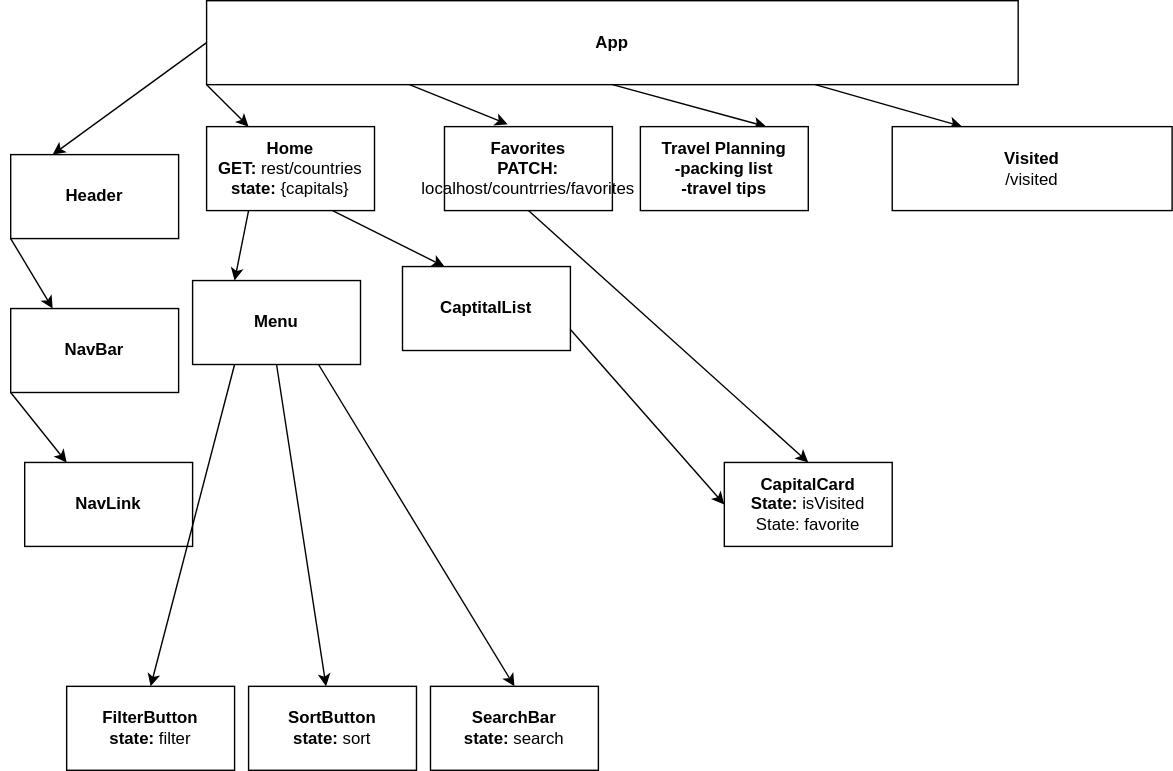
Above: *.drawio.svg in sarahadean/phase2-project (draw.io), before the change. Source tidied: cells renumbered, new cells last; positions are measured from the earlier drawing's top-left corner, leaving out a move shared by most shapes.
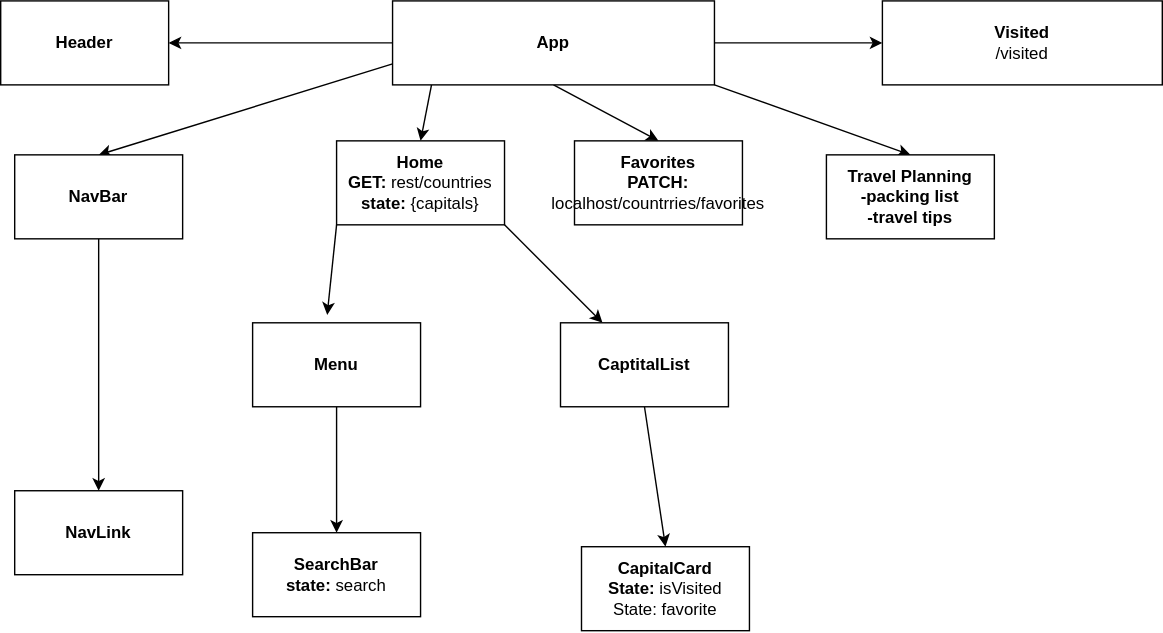
The same file after the commit.

Change to the diagram source:
```diff
@@ -2,89 +2,74 @@
   <root>
     <mxCell id="0" />
     <mxCell id="1" parent="0" />
-    <mxCell id="2" style="edgeStyle=none;html=1;exitX=0;exitY=0.5;exitDx=0;exitDy=0;entryX=0.25;entryY=0;entryDx=0;entryDy=0;" parent="1" edge="1" source="7" target="9">
+    <mxCell id="2" style="edgeStyle=none;html=1;exitX=0;exitY=0.5;exitDx=0;exitDy=0;entryX=1;entryY=0.5;entryDx=0;entryDy=0;" parent="1" edge="1" source="7" target="9">
       <mxGeometry relative="1" as="geometry" />
     </mxCell>
-    <mxCell id="3" style="edgeStyle=none;html=1;exitX=0.5;exitY=1;exitDx=0;exitDy=0;entryX=0.75;entryY=0;entryDx=0;entryDy=0;" parent="1" edge="1" source="7" target="15">
+    <mxCell id="3" style="edgeStyle=none;html=1;exitX=1;exitY=1;exitDx=0;exitDy=0;entryX=0.5;entryY=0;entryDx=0;entryDy=0;" parent="1" edge="1" source="7" target="15">
       <mxGeometry relative="1" as="geometry" />
     </mxCell>
-    <mxCell id="4" style="edgeStyle=none;html=1;exitX=0.25;exitY=1;exitDx=0;exitDy=0;entryX=0.376;entryY=-0.028;entryDx=0;entryDy=0;entryPerimeter=0;" parent="1" edge="1" source="7" target="14">
+    <mxCell id="4" style="edgeStyle=none;html=1;exitX=0.5;exitY=1;exitDx=0;exitDy=0;entryX=0.5;entryY=0;entryDx=0;entryDy=0;" parent="1" edge="1" source="7" target="14">
       <mxGeometry relative="1" as="geometry" />
     </mxCell>
-    <mxCell id="5" style="edgeStyle=none;html=1;exitX=0;exitY=1;exitDx=0;exitDy=0;entryX=0.25;entryY=0;entryDx=0;entryDy=0;" parent="1" edge="1" source="7" target="12">
+    <mxCell id="5" style="edgeStyle=none;html=1;exitX=0.121;exitY=1;exitDx=0;exitDy=0;entryX=0.5;entryY=0;entryDx=0;entryDy=0;exitPerimeter=0;" parent="1" edge="1" source="7" target="12">
       <mxGeometry relative="1" as="geometry" />
     </mxCell>
-    <mxCell id="6" style="edgeStyle=none;html=1;exitX=0.75;exitY=1;exitDx=0;exitDy=0;entryX=0.25;entryY=0;entryDx=0;entryDy=0;" parent="1" edge="1" source="7" target="29">
+    <mxCell id="6" style="edgeStyle=none;html=1;entryX=0;entryY=0.5;entryDx=0;entryDy=0;" parent="1" edge="1" source="7" target="29">
       <mxGeometry relative="1" as="geometry" />
     </mxCell>
     <mxCell id="7" value="App" style="rounded=0;whiteSpace=wrap;html=1;fontStyle=1;" parent="1" vertex="1">
-      <mxGeometry x="140" width="580" height="60" as="geometry" />
+      <mxGeometry x="280" y="-20" width="230" height="60" as="geometry" />
     </mxCell>
-    <mxCell id="8" style="edgeStyle=none;html=1;exitX=0;exitY=1;exitDx=0;exitDy=0;entryX=0.25;entryY=0;entryDx=0;entryDy=0;" parent="1" edge="1" source="9" target="17">
+    <mxCell id="8" style="edgeStyle=none;html=1;exitX=0;exitY=0.75;exitDx=0;exitDy=0;entryX=0.5;entryY=0;entryDx=0;entryDy=0;" parent="1" edge="1" source="7" target="17">
       <mxGeometry relative="1" as="geometry" />
     </mxCell>
     <mxCell id="9" value="Header" style="rounded=0;whiteSpace=wrap;html=1;fontStyle=1;" parent="1" vertex="1">
-      <mxGeometry y="110" width="120" height="60" as="geometry" />
+      <mxGeometry y="-20" width="120" height="60" as="geometry" />
     </mxCell>
-    <mxCell id="10" style="edgeStyle=none;html=1;exitX=0.25;exitY=1;exitDx=0;exitDy=0;entryX=0.25;entryY=0;entryDx=0;entryDy=0;" parent="1" edge="1" source="12" target="22">
+    <mxCell id="10" style="edgeStyle=none;html=1;exitX=0;exitY=1;exitDx=0;exitDy=0;entryX=0.444;entryY=-0.094;entryDx=0;entryDy=0;entryPerimeter=0;" parent="1" edge="1" source="12" target="22">
       <mxGeometry relative="1" as="geometry" />
     </mxCell>
-    <mxCell id="11" style="edgeStyle=none;html=1;exitX=0.75;exitY=1;exitDx=0;exitDy=0;entryX=0.25;entryY=0;entryDx=0;entryDy=0;" parent="1" edge="1" source="12" target="24">
+    <mxCell id="11" style="edgeStyle=none;html=1;exitX=1;exitY=1;exitDx=0;exitDy=0;entryX=0.25;entryY=0;entryDx=0;entryDy=0;" parent="1" edge="1" source="12" target="24">
       <mxGeometry relative="1" as="geometry" />
     </mxCell>
     <mxCell id="12" value="Home&lt;br&gt;GET: &lt;span style=&quot;font-weight: normal;&quot;&gt;rest/countries&lt;/span&gt;&lt;br&gt;state: &lt;span style=&quot;font-weight: normal;&quot;&gt;{capitals}&lt;/span&gt;" style="rounded=0;whiteSpace=wrap;html=1;fontStyle=1;" parent="1" vertex="1">
-      <mxGeometry x="140" y="90" width="120" height="60" as="geometry" />
+      <mxGeometry x="240" y="80" width="120" height="60" as="geometry" />
     </mxCell>
-    <mxCell id="13" style="edgeStyle=none;html=1;exitX=0.5;exitY=1;exitDx=0;exitDy=0;entryX=0.5;entryY=0;entryDx=0;entryDy=0;" parent="1" edge="1" source="14" target="28">
-      <mxGeometry relative="1" as="geometry" />
-    </mxCell>
     <mxCell id="14" value="&lt;b&gt;Favorites&lt;br&gt;PATCH: &lt;/b&gt;localhost/countrries/favorites" style="rounded=0;whiteSpace=wrap;html=1;" parent="1" vertex="1">
-      <mxGeometry x="310" y="90" width="120" height="60" as="geometry" />
+      <mxGeometry x="410" y="80" width="120" height="60" as="geometry" />
     </mxCell>
     <mxCell id="15" value="Travel Planning&lt;br&gt;-packing list&lt;br&gt;-travel tips" style="rounded=0;whiteSpace=wrap;html=1;fontStyle=1;" parent="1" vertex="1">
-      <mxGeometry x="450" y="90" width="120" height="60" as="geometry" />
+      <mxGeometry x="590" y="90" width="120" height="60" as="geometry" />
     </mxCell>
-    <mxCell id="16" style="edgeStyle=none;html=1;exitX=0;exitY=1;exitDx=0;exitDy=0;entryX=0.25;entryY=0;entryDx=0;entryDy=0;" parent="1" edge="1" source="17" target="18">
+    <mxCell id="16" style="edgeStyle=none;html=1;exitX=0.5;exitY=1;exitDx=0;exitDy=0;entryX=0.5;entryY=0;entryDx=0;entryDy=0;" parent="1" edge="1" source="17" target="18">
       <mxGeometry relative="1" as="geometry" />
     </mxCell>
     <mxCell id="17" value="NavBar" style="rounded=0;whiteSpace=wrap;html=1;fontStyle=1;" parent="1" vertex="1">
-      <mxGeometry y="220" width="120" height="60" as="geometry" />
+      <mxGeometry x="10" y="90" width="120" height="60" as="geometry" />
     </mxCell>
     <mxCell id="18" value="NavLink" style="rounded=0;whiteSpace=wrap;html=1;fontStyle=1;" parent="1" vertex="1">
       <mxGeometry x="10" y="330" width="120" height="60" as="geometry" />
     </mxCell>
-    <mxCell id="19" style="edgeStyle=none;html=1;exitX=0.25;exitY=1;exitDx=0;exitDy=0;entryX=0.5;entryY=0;entryDx=0;entryDy=0;" parent="1" edge="1" source="22" target="25">
-      <mxGeometry relative="1" as="geometry" />
-    </mxCell>
-    <mxCell id="20" style="edgeStyle=none;html=1;exitX=0.5;exitY=1;exitDx=0;exitDy=0;" parent="1" edge="1" source="22" target="26">
-      <mxGeometry relative="1" as="geometry" />
-    </mxCell>
-    <mxCell id="21" style="edgeStyle=none;html=1;exitX=0.75;exitY=1;exitDx=0;exitDy=0;entryX=0.5;entryY=0;entryDx=0;entryDy=0;" parent="1" edge="1" source="22" target="27">
+    <mxCell id="21" style="edgeStyle=none;html=1;exitX=0.5;exitY=1;exitDx=0;exitDy=0;entryX=0.5;entryY=0;entryDx=0;entryDy=0;" parent="1" edge="1" source="22" target="27">
       <mxGeometry relative="1" as="geometry" />
     </mxCell>
     <mxCell id="22" value="Menu" style="rounded=0;whiteSpace=wrap;html=1;fontStyle=1;" parent="1" vertex="1">
-      <mxGeometry x="130" y="200" width="120" height="60" as="geometry" />
+      <mxGeometry x="180" y="210" width="120" height="60" as="geometry" />
     </mxCell>
-    <mxCell id="23" style="edgeStyle=none;html=1;exitX=1;exitY=0.75;exitDx=0;exitDy=0;entryX=0;entryY=0.5;entryDx=0;entryDy=0;" parent="1" edge="1" source="24" target="28">
+    <mxCell id="23" style="edgeStyle=none;html=1;exitX=0.5;exitY=1;exitDx=0;exitDy=0;entryX=0.5;entryY=0;entryDx=0;entryDy=0;" parent="1" edge="1" source="24" target="28">
       <mxGeometry relative="1" as="geometry" />
     </mxCell>
     <mxCell id="24" value="CaptitalList" style="rounded=0;whiteSpace=wrap;html=1;fontStyle=1;" parent="1" vertex="1">
-      <mxGeometry x="280" y="190" width="120" height="60" as="geometry" />
+      <mxGeometry x="400" y="210" width="120" height="60" as="geometry" />
     </mxCell>
-    <mxCell id="25" value="FilterButton&lt;br&gt;state: &lt;span style=&quot;font-weight: normal;&quot;&gt;filter&lt;/span&gt;" style="rounded=0;whiteSpace=wrap;html=1;fontStyle=1;" parent="1" vertex="1">
-      <mxGeometry x="40" y="490" width="120" height="60" as="geometry" />
-    </mxCell>
-    <mxCell id="26" value="SortButton&lt;br&gt;state: &lt;span style=&quot;font-weight: normal;&quot;&gt;sort&lt;/span&gt;" style="rounded=0;whiteSpace=wrap;html=1;fontStyle=1;" parent="1" vertex="1">
-      <mxGeometry x="170" y="490" width="120" height="60" as="geometry" />
-    </mxCell>
     <mxCell id="27" value="SearchBar&lt;br&gt;state:&lt;span style=&quot;font-weight: normal;&quot;&gt;&amp;nbsp;search&lt;/span&gt;" style="rounded=0;whiteSpace=wrap;html=1;fontStyle=1;" parent="1" vertex="1">
-      <mxGeometry x="300" y="490" width="120" height="60" as="geometry" />
+      <mxGeometry x="180" y="360" width="120" height="60" as="geometry" />
     </mxCell>
     <mxCell id="28" value="CapitalCard&lt;br&gt;State:&lt;span style=&quot;font-weight: normal;&quot;&gt;&amp;nbsp;isVisited&lt;br&gt;State: favorite&lt;br&gt;&lt;/span&gt;" style="rounded=0;whiteSpace=wrap;html=1;fontStyle=1;" parent="1" vertex="1">
-      <mxGeometry x="510" y="330" width="120" height="60" as="geometry" />
+      <mxGeometry x="415" y="370" width="120" height="60" as="geometry" />
     </mxCell>
     <mxCell id="29" value="&lt;b&gt;Visited&lt;br&gt;&lt;/b&gt;/visited" style="rounded=0;whiteSpace=wrap;html=1;" parent="1" vertex="1">
-      <mxGeometry x="630" y="90" width="200" height="60" as="geometry" />
+      <mxGeometry x="630" y="-20" width="200" height="60" as="geometry" />
     </mxCell>
   </root>
 </mxGraphModel>
```
